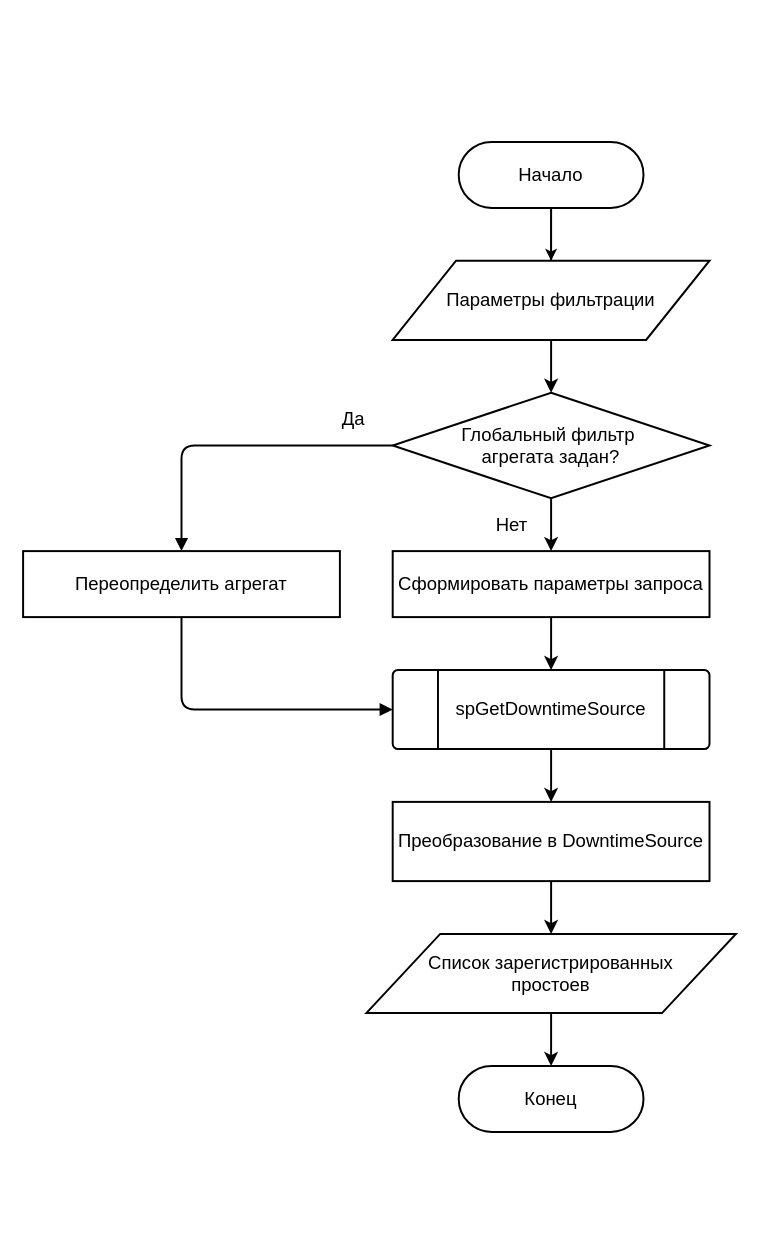
The draw.io diagram page "Page-5" (5 of 21) of diagrams/Untitled Diagram.drawio in KhasanovAMdev/MyDiagrams, before the edit. Source tidied: cells renumbered, new cells numbered last; positions are measured from the earlier drawing's top-left corner, leaving out a move shared by most shapes. Both pictures are drawn from the tidied source at 132%, with x=0, y=0 at pixel (22, 141).
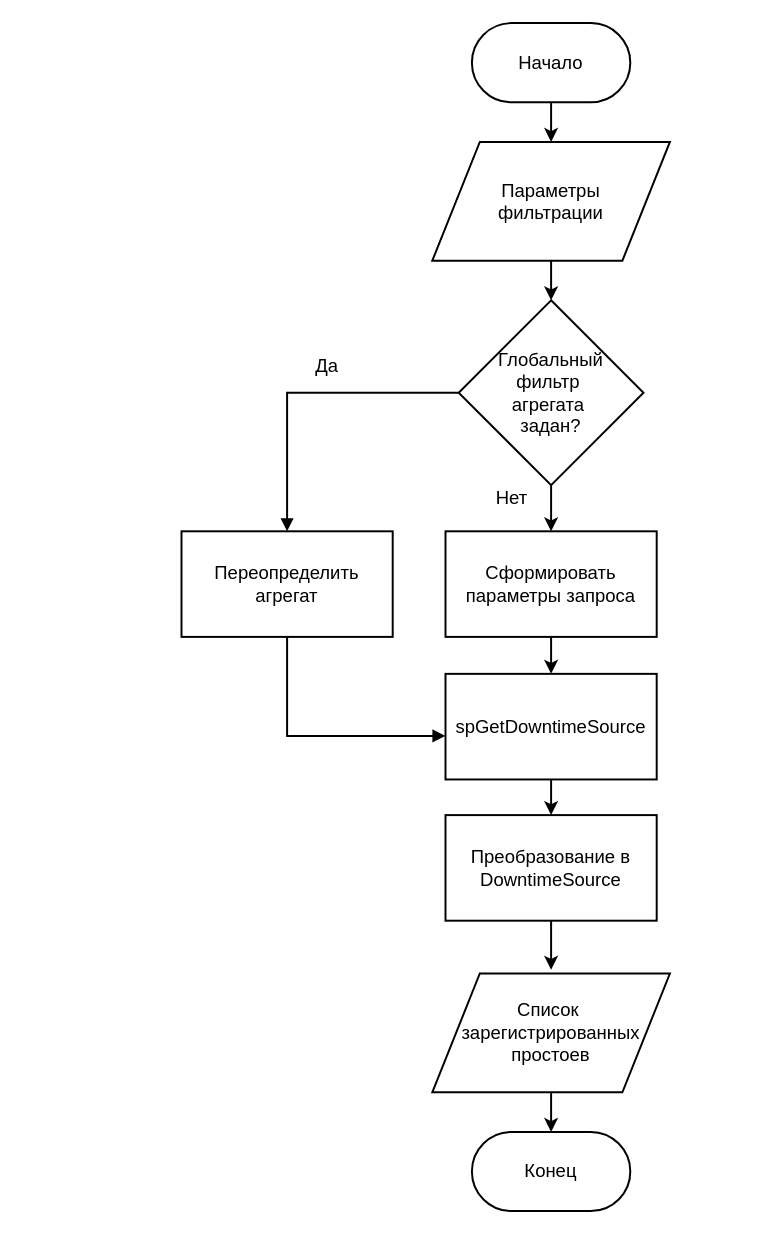
The same page after the edit.

What changed in the source:
```diff
@@
-    <mxCell id="2" style="edgeStyle=orthogonalEdgeStyle;rounded=0;jettySize=auto;html=1;defaultLabelBackgroundColor=page;" parent="1" edge="1" source="3" target="4">
-      <mxGeometry relative="1" as="geometry" />
-    </mxCell>
     <mxCell id="3" value="Начало" style="rounded=1;whiteSpace=wrap;html=1;arcSize=50;fillColor=#ffffff;strokeColor=#000000;strokeWidth=1.5;fontSize=14;" parent="1" vertex="1">
-      <mxGeometry x="330" width="140" height="50" as="geometry" />
+      <mxGeometry x="340" y="-90" width="120" height="60" as="geometry" />
     </mxCell>
-    <mxCell id="4" value="Параметры фильтрации" style="shape=parallelogram;whiteSpace=wrap;html=1;fillColor=#ffffff;strokeColor=#000000;strokeWidth=1.5;fontSize=14;" parent="1" vertex="1">
-      <mxGeometry x="280" y="90" width="240" height="60" as="geometry" />
+    <mxCell id="4" value="Параметры&lt;div&gt;фильтрации&lt;/div&gt;" style="shape=parallelogram;whiteSpace=wrap;html=1;fillColor=#ffffff;strokeColor=#000000;strokeWidth=1.5;fontSize=14;" parent="1" vertex="1">
+      <mxGeometry x="310" width="180" height="90" as="geometry" />
     </mxCell>
-    <mxCell id="5" value="Глобальный фильтр&amp;nbsp;&lt;div&gt;агрегата задан?&lt;/div&gt;" style="rhombus;whiteSpace=wrap;html=1;fillColor=#ffffff;strokeColor=#000000;strokeWidth=1.5;fontSize=14;" parent="1" vertex="1">
-      <mxGeometry x="280" y="190" width="240" height="80" as="geometry" />
+    <mxCell id="5" value="Глобальный&lt;div&gt;фильтр&amp;nbsp;&lt;div&gt;агрегата&amp;nbsp;&lt;/div&gt;&lt;div&gt;задан?&lt;/div&gt;&lt;/div&gt;" style="rhombus;whiteSpace=wrap;html=1;fillColor=#ffffff;strokeColor=#000000;strokeWidth=1.5;fontSize=14;" parent="1" vertex="1">
+      <mxGeometry x="330" y="120" width="140" height="140" as="geometry" />
     </mxCell>
     <mxCell id="6" value="Переопределить агрегат" style="rounded=0;whiteSpace=wrap;html=1;fillColor=#ffffff;strokeColor=#000000;strokeWidth=1.5;fontSize=14;" parent="1" vertex="1">
-      <mxGeometry y="310" width="240" height="50" as="geometry" />
+      <mxGeometry x="120" y="295" width="160" height="80" as="geometry" />
     </mxCell>
     <mxCell id="7" value="Сформировать параметры запроса" style="rounded=0;whiteSpace=wrap;html=1;fillColor=#ffffff;strokeColor=#000000;strokeWidth=1.5;fontSize=14;" parent="1" vertex="1">
-      <mxGeometry x="280" y="310" width="240" height="50" as="geometry" />
+      <mxGeometry x="320" y="295" width="160" height="80" as="geometry" />
     </mxCell>
-    <mxCell id="8" value="spGetDowntimeSource" style="shape=mxgraph.flowchart.predefined_process;whiteSpace=wrap;html=1;fillColor=#ffffff;strokeColor=#000000;strokeWidth=1.5;fontSize=14;" parent="1" vertex="1">
-      <mxGeometry x="280" y="400" width="240" height="60" as="geometry" />
+    <mxCell id="8" value="spGetDowntimeSource" style="shape=label;whiteSpace=wrap;html=1;fillColor=#ffffff;strokeColor=#000000;strokeWidth=1.5;fontSize=14;rounded=0;" parent="1" vertex="1">
+      <mxGeometry x="320" y="403" width="160" height="80" as="geometry" />
     </mxCell>
     <mxCell id="9" value="Преобразование в DowntimeSource" style="rounded=0;whiteSpace=wrap;html=1;fillColor=#ffffff;strokeColor=#000000;strokeWidth=1.5;fontSize=14;" parent="1" vertex="1">
-      <mxGeometry x="280" y="500" width="240" height="60" as="geometry" />
+      <mxGeometry x="320" y="510" width="160" height="80" as="geometry" />
     </mxCell>
-    <mxCell id="10" value="Список&amp;nbsp;&lt;span style=&quot;background-color: transparent; color: light-dark(#000000, var(--ge-light-color, #ffffff));&quot;&gt;зарегистрированных&lt;/span&gt;&lt;div&gt;&lt;span style=&quot;background-color: transparent; color: light-dark(#000000, var(--ge-light-color, #ffffff));&quot;&gt;простоев&lt;/span&gt;&lt;/div&gt;" style="shape=parallelogram;whiteSpace=wrap;html=1;fillColor=#ffffff;strokeColor=#000000;strokeWidth=1.5;fontSize=14;" parent="1" vertex="1">
-      <mxGeometry x="260" y="600" width="280" height="60" as="geometry" />
+    <mxCell id="10" value="Список&amp;nbsp;&lt;div&gt;&lt;span style=&quot;background-color: transparent; color: light-dark(#000000, var(--ge-light-color, #ffffff));&quot;&gt;зарегистрированных&lt;/span&gt;&lt;div&gt;&lt;span style=&quot;background-color: transparent; color: light-dark(#000000, var(--ge-light-color, #ffffff));&quot;&gt;простоев&lt;/span&gt;&lt;/div&gt;&lt;/div&gt;" style="shape=parallelogram;whiteSpace=wrap;html=1;fillColor=#ffffff;strokeColor=#000000;strokeWidth=1.5;fontSize=14;" parent="1" vertex="1">
+      <mxGeometry x="310" y="630" width="180" height="90" as="geometry" />
     </mxCell>
     <mxCell id="11" value="Конец" style="rounded=1;whiteSpace=wrap;html=1;arcSize=50;fillColor=#ffffff;strokeColor=#000000;strokeWidth=1.5;fontSize=14;" parent="1" vertex="1">
-      <mxGeometry x="330" y="700" width="140" height="50" as="geometry" />
+      <mxGeometry x="340" y="750" width="120" height="60" as="geometry" />
     </mxCell>
-    <mxCell id="12" style="edgeStyle=orthogonalEdgeStyle;html=1;strokeWidth=1.5;endArrow=none;fontSize=14;" parent="1" edge="1" source="3" target="4">
+    <mxCell id="12" style="edgeStyle=orthogonalEdgeStyle;rounded=0;html=1;strokeWidth=1.5;endArrow=classic;fontSize=14;endFill=1;" parent="1" edge="1" source="3" target="4">
       <mxGeometry relative="1" as="geometry" />
     </mxCell>
-    <mxCell id="13" style="edgeStyle=orthogonalEdgeStyle;html=1;strokeWidth=1.5;endArrow=classic;fontSize=14;endFill=1;" parent="1" edge="1" source="4" target="5">
+    <mxCell id="13" style="edgeStyle=orthogonalEdgeStyle;rounded=0;html=1;strokeWidth=1.5;endArrow=classic;fontSize=14;endFill=1;" parent="1" edge="1" source="4" target="5">
       <mxGeometry relative="1" as="geometry" />
     </mxCell>
-    <mxCell id="14" value="Да" style="edgeStyle=orthogonalEdgeStyle;html=1;strokeWidth=1.5;endArrow=block;endFill=1;labelBackgroundColor=#ffffff;fontSize=14;" parent="1" edge="1" source="5" target="6">
-      <mxGeometry x="-0.75" y="-20" relative="1" as="geometry" />
+    <mxCell id="14" value="Да" style="edgeStyle=orthogonalEdgeStyle;rounded=0;html=1;strokeWidth=1.5;endArrow=block;endFill=1;labelBackgroundColor=#ffffff;fontSize=14;" parent="1" edge="1" source="5" target="6">
+      <mxGeometry x="-0.15" y="-20" relative="1" as="geometry" />
     </mxCell>
-    <mxCell id="15" value="Нет" style="edgeStyle=orthogonalEdgeStyle;html=1;strokeWidth=1.5;endArrow=classic;labelBackgroundColor=#ffffff;fontSize=14;endFill=1;" parent="1" edge="1" source="5" target="7">
-      <mxGeometry y="-30" relative="1" as="geometry" />
+    <mxCell id="15" value="Нет" style="edgeStyle=orthogonalEdgeStyle;rounded=0;html=1;strokeWidth=1.5;endArrow=classic;labelBackgroundColor=#ffffff;fontSize=14;endFill=1;" parent="1" edge="1" source="5" target="7">
+      <mxGeometry x="-0.43" y="-30" relative="1" as="geometry" />
     </mxCell>
-    <mxCell id="16" style="edgeStyle=orthogonalEdgeStyle;html=1;strokeWidth=1.5;endArrow=block;endFill=1;fontSize=14;" parent="1" edge="1" source="6" target="8">
-      <mxGeometry relative="1" as="geometry">
+    <mxCell id="16" style="edgeStyle=orthogonalEdgeStyle;rounded=0;html=1;strokeWidth=1.5;endArrow=block;endFill=1;fontSize=14;" parent="1" edge="1" source="6" target="8">
+      <mxGeometry x="0.06" relative="1" as="geometry">
         <Array as="points">
-          <mxPoint x="120" y="430" />
+          <mxPoint x="200" y="450" />
         </Array>
       </mxGeometry>
     </mxCell>
-    <mxCell id="17" style="edgeStyle=orthogonalEdgeStyle;html=1;strokeWidth=1.5;endArrow=classic;fontSize=14;endFill=1;" parent="1" edge="1" source="7" target="8">
+    <mxCell id="17" style="edgeStyle=orthogonalEdgeStyle;rounded=0;html=1;strokeWidth=1.5;endArrow=classic;fontSize=14;endFill=1;" parent="1" edge="1" source="7" target="8">
       <mxGeometry relative="1" as="geometry" />
     </mxCell>
-    <mxCell id="18" style="edgeStyle=orthogonalEdgeStyle;html=1;strokeWidth=1.5;endArrow=classic;fontSize=14;endFill=1;" parent="1" edge="1" source="8" target="9">
+    <mxCell id="18" style="edgeStyle=orthogonalEdgeStyle;rounded=0;html=1;strokeWidth=1.5;endArrow=classic;fontSize=14;endFill=1;" parent="1" edge="1" source="8" target="9">
       <mxGeometry relative="1" as="geometry" />
     </mxCell>
-    <mxCell id="19" style="edgeStyle=orthogonalEdgeStyle;html=1;strokeWidth=1.5;endArrow=classic;fontSize=14;endFill=1;" parent="1" edge="1" source="9">
-      <mxGeometry relative="1" as="geometry">
-        <mxPoint x="400" y="600" as="targetPoint" />
-      </mxGeometry>
+    <mxCell id="19" style="edgeStyle=orthogonalEdgeStyle;rounded=0;html=1;strokeWidth=1.5;endArrow=classic;fontSize=14;endFill=1;entryX=0.5;entryY=-0.031;entryDx=0;entryDy=0;entryPerimeter=0;" parent="1" edge="1" source="9" target="10">
+      <mxGeometry relative="1" as="geometry" />
     </mxCell>
-    <mxCell id="20" style="edgeStyle=orthogonalEdgeStyle;html=1;strokeWidth=1.5;endArrow=classic;fontSize=14;endFill=1;" parent="1" edge="1" source="10" target="11">
+    <mxCell id="20" style="edgeStyle=orthogonalEdgeStyle;rounded=0;html=1;strokeWidth=1.5;endArrow=classic;fontSize=14;endFill=1;" parent="1" edge="1" source="10" target="11">
       <mxGeometry relative="1" as="geometry" />
     </mxCell>
```
